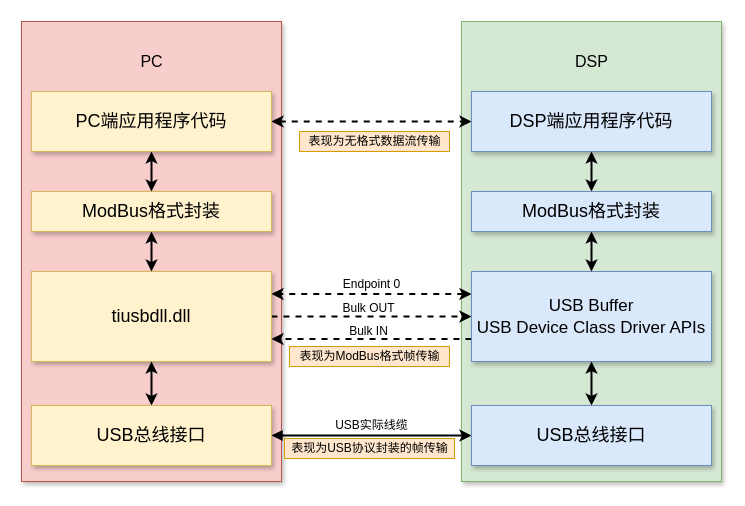
Earlier version of the draw.io diagram page "整个通信框图" (1 of 3) of Untitled Diagram.drawio (fuxinsen/test). Source tidied: cells renumbered, new cells numbered last; positions are measured from the earlier drawing's top-left corner, leaving out a move shared by most shapes. Both pictures are drawn from the tidied source at 100%, with x=0, y=0 at pixel (21, 21).
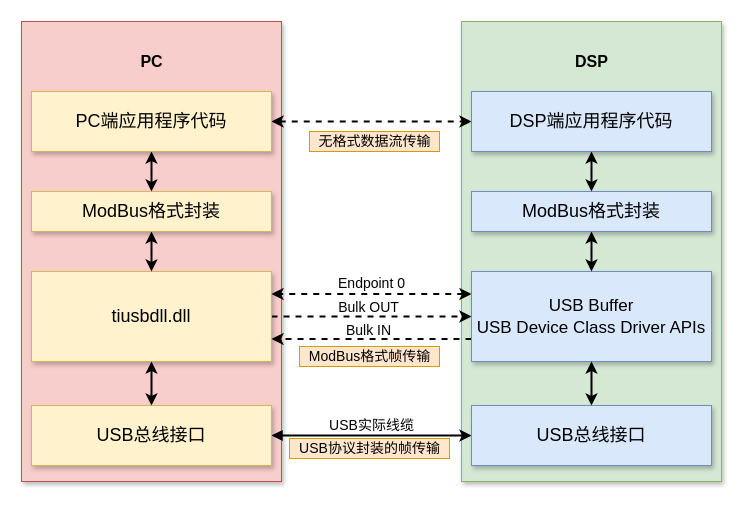
The same page after the edit.

The edit, as a diff of the source:
```diff
@@
-    <mxCell id="19" value="Endpoint 0" style="text;html=1;align=center;verticalAlign=middle;" parent="1" vertex="1">
-      <mxGeometry x="315" y="253" width="70" height="20" as="geometry" />
+    <mxCell id="19" value="Endpoint 0" style="text;html=1;align=center;verticalAlign=middle;fontSize=14;" parent="1" vertex="1">
+      <mxGeometry x="310" y="252" width="80" height="20" as="geometry" />
     </mxCell>
-    <mxCell id="20" value="Bulk OUT" style="text;html=1;align=center;verticalAlign=middle;" parent="1" vertex="1">
-      <mxGeometry x="312" y="277" width="70" height="20" as="geometry" />
+    <mxCell id="20" value="Bulk OUT" style="text;html=1;align=center;verticalAlign=middle;fontSize=14;" parent="1" vertex="1">
+      <mxGeometry x="307" y="276" width="80" height="20" as="geometry" />
     </mxCell>
-    <mxCell id="21" value="Bulk IN" style="text;html=1;align=center;verticalAlign=middle;" parent="1" vertex="1">
-      <mxGeometry x="322" y="300" width="50" height="20" as="geometry" />
+    <mxCell id="21" value="Bulk IN" style="text;html=1;align=center;verticalAlign=middle;fontSize=14;" parent="1" vertex="1">
+      <mxGeometry x="317" y="299" width="60" height="20" as="geometry" />
     </mxCell>
-    <mxCell id="22" value="USB实际线缆" style="text;html=1;align=center;verticalAlign=middle;" parent="1" vertex="1">
-      <mxGeometry x="305" y="394" width="90" height="20" as="geometry" />
+    <mxCell id="22" value="USB实际线缆" style="text;html=1;align=center;verticalAlign=middle;fontSize=14;" parent="1" vertex="1">
+      <mxGeometry x="300" y="394" width="100" height="20" as="geometry" />
     </mxCell>
-    <mxCell id="23" value="表现为无格式数据流传输" style="text;html=1;align=center;verticalAlign=middle;fillColor=#ffe6cc;strokeColor=#d79b00;" parent="1" vertex="1">
-      <mxGeometry x="278" y="110" width="150" height="20" as="geometry" />
+    <mxCell id="23" value="无格式数据流传输" style="text;html=1;align=center;verticalAlign=middle;fillColor=#ffe6cc;strokeColor=#d79b00;fontSize=14;" parent="1" vertex="1">
+      <mxGeometry x="288" y="110" width="130" height="20" as="geometry" />
     </mxCell>
-    <mxCell id="24" value="表现为USB协议封装的帧传输" style="text;html=1;align=center;verticalAlign=middle;fillColor=#ffe6cc;strokeColor=#d79b00;" parent="1" vertex="1">
-      <mxGeometry x="263" y="417" width="170" height="20" as="geometry" />
+    <mxCell id="24" value="USB协议封装的帧传输" style="text;html=1;align=center;verticalAlign=middle;fillColor=#ffe6cc;strokeColor=#d79b00;fontSize=14;" parent="1" vertex="1">
+      <mxGeometry x="268" y="417" width="160" height="20" as="geometry" />
     </mxCell>
-    <mxCell id="25" value="表现为ModBus格式帧传输" style="text;html=1;align=center;verticalAlign=middle;fillColor=#ffe6cc;strokeColor=#d79b00;" parent="1" vertex="1">
-      <mxGeometry x="268" y="325" width="160" height="20" as="geometry" />
+    <mxCell id="25" value="ModBus格式帧传输" style="text;html=1;align=center;verticalAlign=middle;fillColor=#ffe6cc;strokeColor=#d79b00;fontSize=14;" parent="1" vertex="1">
+      <mxGeometry x="278" y="325" width="140" height="20" as="geometry" />
     </mxCell>
-    <mxCell id="26" value="PC" style="text;html=1;align=center;verticalAlign=middle;fontSize=16;" parent="1" vertex="1">
+    <mxCell id="26" value="PC" style="text;html=1;align=center;verticalAlign=middle;fontSize=16;fontStyle=1;" parent="1" vertex="1">
       <mxGeometry x="110" y="30" width="40" height="20" as="geometry" />
     </mxCell>
-    <mxCell id="27" value="DSP" style="text;html=1;align=center;verticalAlign=middle;fontSize=16;" parent="1" vertex="1">
+    <mxCell id="27" value="DSP" style="text;html=1;align=center;verticalAlign=middle;fontSize=16;fontStyle=1;" parent="1" vertex="1">
       <mxGeometry x="545" y="30" width="50" height="20" as="geometry" />
     </mxCell>
```
